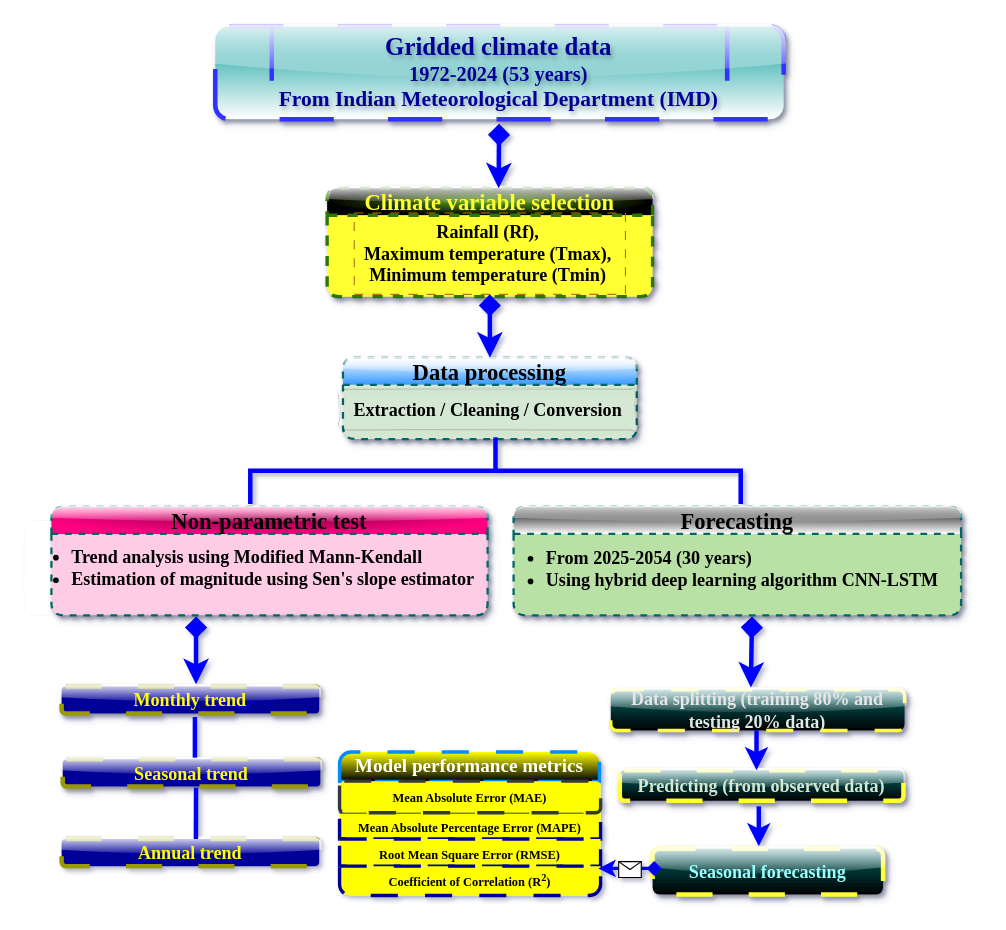
This is Untitled Diagram.drawio from Daawarb/Daawarb, a draw.io file, before an edit. Source tidied: cells renumbered, new cells numbered last; positions are measured from the earlier drawing's top-left corner, leaving out a move shared by most shapes. Both pictures are drawn from the tidied source at 113%, with x=0, y=0 at pixel (24, 26).
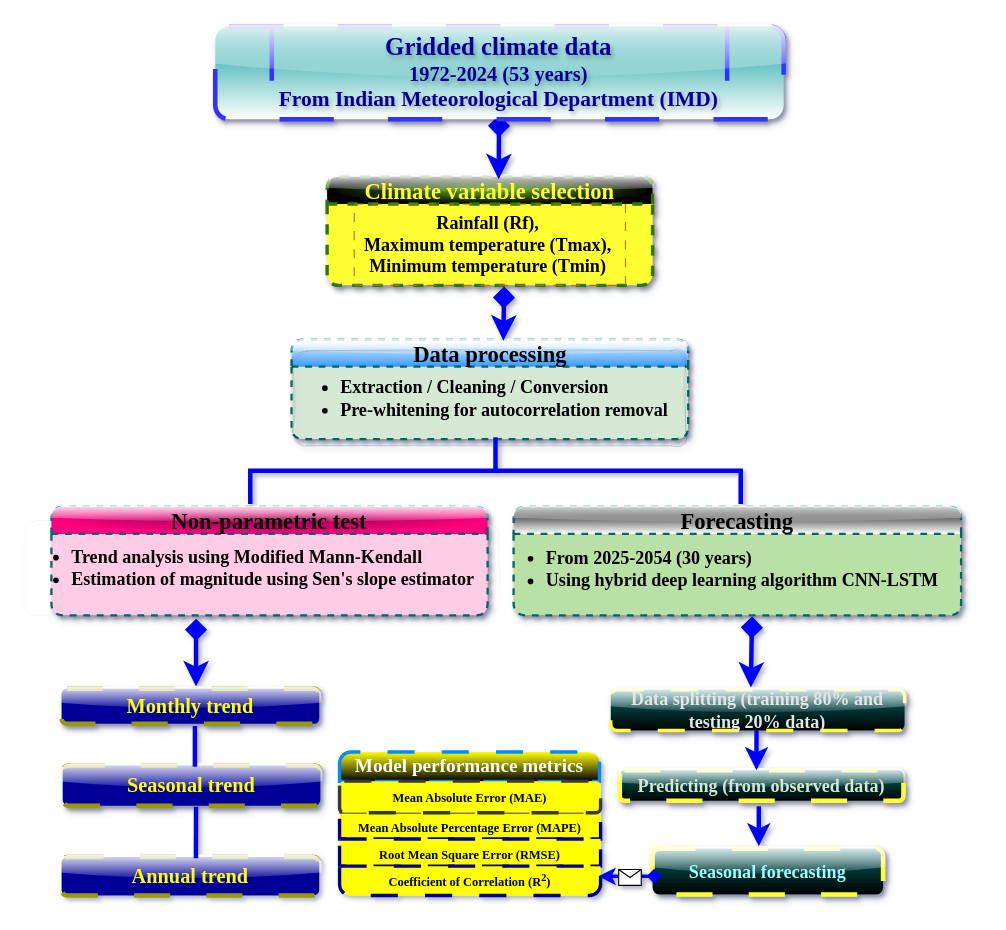
After the change.

The change refers to these unchanged cells:
```xml
<mxCell id="13" value="&lt;font style=&quot;&quot; face=&quot;Garamond&quot;&gt;&lt;b style=&quot;&quot;&gt;&lt;font style=&quot;font-size: 22px;&quot;&gt;Gridded climate data&lt;/font&gt;&lt;br&gt;&lt;font style=&quot;font-size: 18px;&quot;&gt;1972-2024 (53 years)&lt;/font&gt;&lt;br&gt;&lt;font style=&quot;font-size: 19px;&quot;&gt;From Indian Meteorological Department (IMD)&lt;/font&gt;&lt;/b&gt;&lt;/font&gt;" style="shape=process;backgroundOutline=1;fillColor=default;rounded=1;glass=1;shadow=1;strokeColor=#3333FF;gradientColor=#009999;fontColor=light-dark(#000099,#DADAFF);fontStyle=0;labelBackgroundColor=none;labelBorderColor=none;textShadow=1;whiteSpace=wrap;html=1;gradientDirection=north;strokeWidth=4;perimeterSpacing=4;dashed=1;dashPattern=12 12;" parent="1" vertex="1">
  <mxGeometry x="169" width="503" height="82" as="geometry" />
</mxCell>
```

Change to the diagram source:
```diff
@@
     <mxCell id="7" value="&lt;font style=&quot;color: rgb(255, 255, 51); font-size: 20px;&quot;&gt;Climate variable selection&lt;/font&gt;" style="swimlane;whiteSpace=wrap;html=1;startSize=24;fillStyle=auto;fillColor=#60a917;fontColor=#ffffff;strokeColor=#2D7600;gradientColor=default;swimlaneFillColor=light-dark(#FFFF33,#00A200);rounded=1;shadow=1;glass=1;swimlaneLine=1;gradientDirection=radial;strokeWidth=3;dashed=1;fontFamily=Garamond;" parent="1" vertex="1">
-      <mxGeometry x="268" y="143" width="288" height="96" as="geometry" />
+      <mxGeometry x="268" y="133" width="288" height="96" as="geometry" />
     </mxCell>
     <mxCell id="8" value="&lt;font face=&quot;Garamond&quot;&gt;&lt;b style=&quot;&quot;&gt;Rainfall (Rf),&amp;nbsp;&lt;/b&gt;&lt;/font&gt;&lt;div&gt;&lt;font face=&quot;Garamond&quot;&gt;&lt;b&gt;Maximum temperature (Tmax),&amp;nbsp;&lt;/b&gt;&lt;/font&gt;&lt;div&gt;&lt;font face=&quot;Garamond&quot;&gt;&lt;b style=&quot;&quot;&gt;Minimum temperature (Tmin)&amp;nbsp;&lt;/b&gt;&lt;/font&gt;&lt;/div&gt;&lt;/div&gt;" style="text;html=1;align=center;verticalAlign=middle;points=[];strokeColor=#BD7000;fillColor=none;fontSize=16;dashed=1;dashPattern=8 8;fontColor=#000000;" parent="7" vertex="1">
-      <mxGeometry x="24" y="22" width="240" height="72" as="geometry" />
+      <mxGeometry x="24" y="24" width="240" height="72" as="geometry" />
     </mxCell>
@@
     <mxCell id="10" value="&lt;font face=&quot;Garamond&quot; style=&quot;font-size: 20px;&quot;&gt;Data processing&lt;/font&gt;" style="swimlane;whiteSpace=wrap;html=1;startSize=24;fillStyle=solid;gradientColor=#3399FF;swimlaneFillColor=#D5E8D4;strokeColor=#006666;dashed=1;strokeWidth=2;rounded=1;shadow=1;glass=1;" parent="1" vertex="1">
-      <mxGeometry x="282" y="293" width="260" height="72" as="geometry" />
+      <mxGeometry x="236.5" y="277" width="351" height="88" as="geometry" />
     </mxCell>
-    <mxCell id="11" value="&lt;font face=&quot;Garamond&quot;&gt;&lt;b style=&quot;&quot;&gt;Extraction /&amp;nbsp;&lt;span style=&quot;color: light-dark(rgb(0, 0, 0), rgb(255, 255, 255));&quot;&gt;Cleaning /&amp;nbsp;&lt;/span&gt;&lt;span style=&quot;color: light-dark(rgb(0, 0, 0), rgb(255, 255, 255));&quot;&gt;Conversion&lt;/span&gt;&lt;/b&gt;&lt;/font&gt;" style="text;html=1;align=center;verticalAlign=middle;strokeColor=default;fillColor=none;fontSize=16;strokeWidth=0;rounded=1;glass=1;shadow=1;dashed=1;sketch=1;curveFitting=1;jiggle=2;" parent="10" vertex="1">
-      <mxGeometry x="-4" y="28" width="264" height="36" as="geometry" />
+    <mxCell id="11" value="&lt;ul&gt;&lt;li&gt;&lt;font face=&quot;Garamond&quot;&gt;&lt;b style=&quot;&quot;&gt;Extraction /&amp;nbsp;&lt;span style=&quot;color: light-dark(rgb(0, 0, 0), rgb(255, 255, 255));&quot;&gt;Cleaning /&amp;nbsp;&lt;/span&gt;&lt;span style=&quot;color: light-dark(rgb(0, 0, 0), rgb(255, 255, 255));&quot;&gt;Conversion&lt;/span&gt;&lt;/b&gt;&lt;/font&gt;&lt;/li&gt;&lt;li&gt;&lt;font face=&quot;Garamond&quot;&gt;&lt;b style=&quot;&quot;&gt;&lt;span style=&quot;color: light-dark(rgb(0, 0, 0), rgb(255, 255, 255));&quot;&gt;Pre-whitening for autocorrelation removal&lt;/span&gt;&lt;/b&gt;&lt;/font&gt;&lt;/li&gt;&lt;/ul&gt;" style="text;html=1;align=left;verticalAlign=middle;strokeColor=default;fillColor=none;fontSize=16;strokeWidth=0;rounded=1;glass=1;shadow=1;dashed=1;sketch=1;curveFitting=1;jiggle=2;" parent="10" vertex="1">
+      <mxGeometry x="1" y="10" width="348" height="84" as="geometry" />
     </mxCell>
-    <mxCell id="12" style="edgeStyle=none;curved=1;rounded=0;jettySize=auto;html=1;entryX=0.527;entryY=0.002;entryDx=0;entryDy=0;fontSize=12;startSize=10;endSize=10;strokeColor=#0000FF;targetPerimeterSpacing=0;sourcePerimeterSpacing=0;startArrow=diamond;startFill=1;strokeWidth=4;entryPerimeter=0;" parent="1" edge="1" source="13" target="7">
-      <mxGeometry relative="1" as="geometry" />
+    <mxCell id="12" style="edgeStyle=none;curved=1;rounded=0;orthogonalLoop=1;jettySize=auto;html=1;entryX=0.527;entryY=0.002;entryDx=0;entryDy=0;fontSize=12;startSize=10;endSize=10;strokeColor=#0000FF;targetPerimeterSpacing=0;sourcePerimeterSpacing=0;startArrow=diamond;startFill=1;strokeWidth=4;entryPerimeter=0;" parent="1" edge="1">
+      <mxGeometry relative="1" as="geometry">
+        <mxPoint x="420.2" y="78" as="sourcePoint" />
+        <mxPoint x="419.8" y="135.2" as="targetPoint" />
+      </mxGeometry>
     </mxCell>
@@
-    <mxCell id="20" value="&lt;font style=&quot;font-size: 16px; color: rgb(255, 255, 0);&quot; face=&quot;Garamond&quot;&gt;&lt;b&gt;Annual trend&lt;/b&gt;&lt;/font&gt;" style="rounded=1;whiteSpace=wrap;html=1;strokeColor=#999900;fillColor=#000099;glass=1;strokeWidth=4;dashed=1;dashPattern=8 8;" parent="1" vertex="1">
-      <mxGeometry x="33" y="719" width="228" height="24" as="geometry" />
+    <mxCell id="20" value="&lt;font style=&quot;color: rgb(255, 255, 0); font-size: 18px;&quot; face=&quot;Garamond&quot;&gt;&lt;b style=&quot;&quot;&gt;Annual trend&lt;/b&gt;&lt;/font&gt;" style="rounded=1;whiteSpace=wrap;html=1;strokeColor=#999900;fillColor=#000099;glass=1;strokeWidth=4;dashed=1;dashPattern=8 8;" parent="1" vertex="1">
+      <mxGeometry x="33" y="735" width="228" height="34" as="geometry" />
     </mxCell>
-    <mxCell id="21" value="&lt;font style=&quot;color: rgb(255, 255, 0);&quot; face=&quot;Garamond&quot;&gt;&lt;span style=&quot;font-size: 16px;&quot;&gt;&lt;b&gt;Seasonal trend&lt;/b&gt;&lt;/span&gt;&lt;/font&gt;" style="rounded=1;whiteSpace=wrap;html=1;fillStyle=solid;fillColor=#000099;dashed=1;dashPattern=8 8;strokeColor=#999900;strokeWidth=4;glass=1;shadow=1;" parent="1" vertex="1">
-      <mxGeometry x="34" y="648.5" width="228" height="24" as="geometry" />
+    <mxCell id="21" value="&lt;font style=&quot;color: rgb(255, 255, 0); font-size: 18px;&quot; face=&quot;Garamond&quot;&gt;&lt;b style=&quot;&quot;&gt;Seasonal trend&lt;/b&gt;&lt;/font&gt;" style="rounded=1;whiteSpace=wrap;html=1;fillStyle=solid;fillColor=#000099;dashed=1;dashPattern=8 8;strokeColor=#999900;strokeWidth=4;glass=1;shadow=1;" parent="1" vertex="1">
+      <mxGeometry x="34" y="654" width="228" height="35.5" as="geometry" />
     </mxCell>
-    <mxCell id="22" value="&lt;font face=&quot;Garamond&quot;&gt;&lt;span style=&quot;font-size: 16px;&quot;&gt;&lt;b style=&quot;&quot;&gt;Monthly trend&lt;/b&gt;&lt;/span&gt;&lt;/font&gt;" style="rounded=1;whiteSpace=wrap;html=1;fontColor=#FFFF00;labelBackgroundColor=none;fillStyle=solid;fillColor=#000099;strokeWidth=4;strokeColor=#999900;dashed=1;dashPattern=8 8;shadow=1;glass=1;" parent="1" vertex="1">
-      <mxGeometry x="33" y="584" width="228" height="24" as="geometry" />
+    <mxCell id="22" value="&lt;font style=&quot;font-size: 18px;&quot; face=&quot;Garamond&quot;&gt;&lt;b style=&quot;&quot;&gt;Monthly trend&lt;/b&gt;&lt;/font&gt;" style="rounded=1;whiteSpace=wrap;html=1;fontColor=#FFFF00;labelBackgroundColor=none;fillStyle=solid;fillColor=#000099;strokeWidth=4;strokeColor=#999900;dashed=1;dashPattern=8 8;shadow=1;glass=1;" parent="1" vertex="1">
+      <mxGeometry x="33" y="586" width="228" height="31" as="geometry" />
     </mxCell>
@@
     <mxCell id="33" style="endArrow=classic;html=1;rounded=0;fontSize=12;curved=1;strokeWidth=3;startArrow=diamond;startFill=1;strokeColor=#0000FF;" parent="1" edge="1">
       <mxGeometry relative="1" as="geometry">
-        <mxPoint x="564" y="745" as="sourcePoint" />
-        <mxPoint x="508" y="745" as="targetPoint" />
+        <mxPoint x="564" y="752" as="sourcePoint" />
+        <mxPoint x="508" y="752" as="targetPoint" />
       </mxGeometry>
     </mxCell>
@@
-    <mxCell id="36" style="edgeStyle=none;curved=1;rounded=0;jettySize=auto;html=1;entryX=0.5;entryY=0;entryDx=0;entryDy=0;fontSize=12;startSize=10;endSize=10;startArrow=diamond;startFill=1;strokeWidth=4;sourcePerimeterSpacing=0;strokeColor=#0000FF;" parent="1" edge="1" source="8" target="10">
-      <mxGeometry relative="1" as="geometry" />
+    <mxCell id="36" style="edgeStyle=none;curved=1;rounded=0;orthogonalLoop=1;jettySize=auto;html=1;fontSize=12;startSize=10;endSize=10;startArrow=diamond;startFill=1;strokeWidth=4;sourcePerimeterSpacing=0;strokeColor=#0000FF;" parent="1" edge="1">
+      <mxGeometry relative="1" as="geometry">
+        <mxPoint x="424.6" y="230" as="sourcePoint" />
+        <mxPoint x="424" y="278" as="targetPoint" />
+      </mxGeometry>
     </mxCell>
     <mxCell id="37" style="endArrow=classic;html=1;rounded=0;fontSize=12;startSize=10;endSize=10;curved=1;startArrow=diamond;startFill=1;strokeWidth=4;strokeColor=#0000FF;" parent="1" edge="1">
       <mxGeometry relative="1" as="geometry">
-        <mxPoint x="152" y="522" as="sourcePoint" />
-        <mxPoint x="152" y="582" as="targetPoint" />
+        <mxPoint x="152" y="524" as="sourcePoint" />
+        <mxPoint x="152" y="584" as="targetPoint" />
       </mxGeometry>
     </mxCell>
@@
     <mxCell id="39" style="endArrow=none;html=1;rounded=0;fontSize=12;startSize=8;endSize=8;curved=1;strokeWidth=4;strokeColor=#0000FF;" parent="1" edge="1">
       <mxGeometry relative="1" as="geometry">
-        <mxPoint x="151" y="647" as="sourcePoint" />
-        <mxPoint x="151" y="611" as="targetPoint" />
+        <mxPoint x="151" y="655" as="sourcePoint" />
+        <mxPoint x="151" y="619" as="targetPoint" />
       </mxGeometry>
     </mxCell>
     <mxCell id="40" style="endArrow=none;html=1;rounded=0;fontSize=12;startSize=8;endSize=8;curved=1;exitX=0.526;exitY=0;exitDx=0;exitDy=0;exitPerimeter=0;strokeWidth=4;strokeColor=#0000FF;" parent="1" edge="1">
       <mxGeometry relative="1" as="geometry">
-        <mxPoint x="151.9" y="719" as="sourcePoint" />
-        <mxPoint x="152" y="673.5" as="targetPoint" />
+        <mxPoint x="151.9" y="736" as="sourcePoint" />
+        <mxPoint x="152" y="690.5" as="targetPoint" />
       </mxGeometry>
     </mxCell>
```
